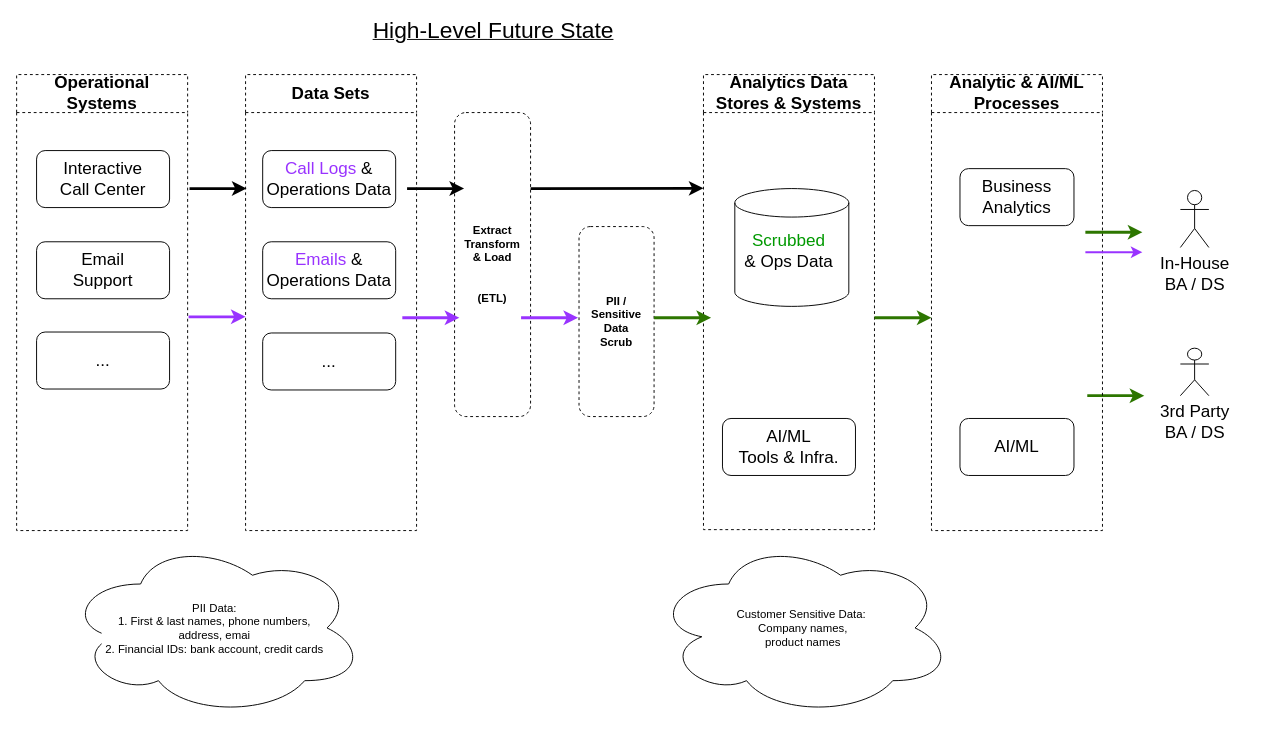
fotoby/ab3 keeps this draw.io diagram as page "Future State" (4 of 6) of AB2 - 2022-12-04-v1.drawio. Above is the earlier version. Source tidied: cells renumbered, new cells numbered last; positions are measured from the earlier drawing's top-left corner, leaving out a move shared by most shapes. Both pictures are drawn from the tidied source at 95%, with x=0, y=0 at pixel (16, 16).
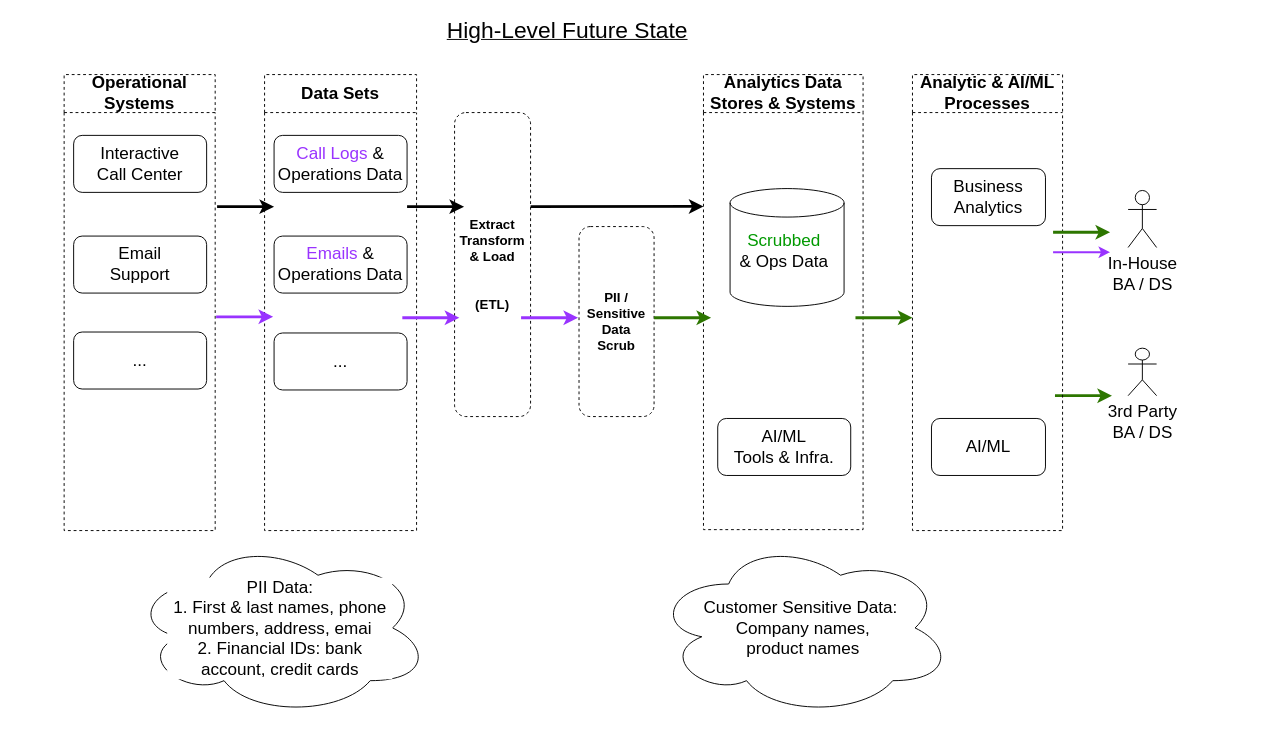
The same diagram, later.

Unchanged cells that the change refers to:
```xml
<mxCell id="2" style="group;" parent="1" vertex="1">
  <mxGeometry x="1176" y="333" width="126" height="126" as="geometry" />
</mxCell>
<mxCell id="8" style="group;" parent="6" vertex="1">
  <mxGeometry x="20" y="120" width="140" height="124" as="geometry" />
</mxCell>
<mxCell id="30" style="group;" parent="1" vertex="1">
  <mxGeometry x="1176" y="173" width="126" height="126" as="geometry" />
</mxCell>
```

Diff of the diagram source:
```diff
@@
     <mxCell id="3" value="3rd Party&lt;br&gt;BA / DS" style="shape=umlActor;verticalLabelPosition=bottom;verticalAlign=top;html=1;shadow=0;fontSize=18;" parent="2" vertex="1">
-      <mxGeometry x="49" y="16" width="30" height="50" as="geometry" />
+      <mxGeometry x="-6" y="16" width="30" height="50" as="geometry" />
     </mxCell>
     <mxCell id="4" style="endArrow=classic;html=1;rounded=0;fontSize=18;fontColor=#000000;entryX=0;entryY=0.5;entryDx=0;entryDy=0;strokeColor=#2D7600;strokeWidth=3;fillColor=#60a917;endFill=1;" parent="1" edge="1">
       <mxGeometry relative="1" as="geometry">
-        <mxPoint x="1127" y="399" as="sourcePoint" />
-        <mxPoint x="1187" y="399" as="targetPoint" />
+        <mxPoint x="1093" y="399" as="sourcePoint" />
+        <mxPoint x="1153" y="399" as="targetPoint" />
       </mxGeometry>
     </mxCell>
-    <mxCell id="5" value="&lt;b&gt;Extract Transform&lt;br&gt;&amp;amp; Load&lt;br&gt;&lt;br&gt;&lt;br&gt;(ETL)&lt;/b&gt;" style="rounded=1;whiteSpace=wrap;html=1;fontSize=12;dashed=1;" parent="1" vertex="1">
+    <mxCell id="5" value="&lt;b style=&quot;font-size: 14px;&quot;&gt;Extract Transform&lt;br&gt;&amp;amp; Load&lt;br&gt;&lt;br&gt;&lt;br&gt;(ETL)&lt;/b&gt;" style="rounded=1;whiteSpace=wrap;html=1;fontSize=12;dashed=1;" parent="1" vertex="1">
       <mxGeometry x="461" y="101" width="80" height="320" as="geometry" />
     </mxCell>
     <mxCell id="6" value="Analytics Data Stores &amp;amp; Systems" style="swimlane;whiteSpace=wrap;html=1;shadow=0;strokeColor=default;fontSize=18;startSize=40;dashed=1;" parent="1" vertex="1">
-      <mxGeometry x="723" y="61" width="180" height="479" as="geometry" />
+      <mxGeometry x="723" y="61" width="168" height="479" as="geometry" />
     </mxCell>
     <mxCell id="7" value="AI/ML&lt;br&gt;Tools &amp;amp; Infra." style="rounded=1;whiteSpace=wrap;html=1;shadow=0;fontSize=18;" parent="6" vertex="1">
-      <mxGeometry x="20" y="362" width="140" height="60" as="geometry" />
+      <mxGeometry x="15" y="362" width="140" height="60" as="geometry" />
     </mxCell>
@@
     <mxCell id="9" style="shape=cylinder3;whiteSpace=wrap;html=1;boundedLbl=1;backgroundOutline=1;size=15;shadow=0;fontSize=18;" parent="8" vertex="1">
-      <mxGeometry x="13" width="120" height="124" as="geometry" />
+      <mxGeometry x="8" width="120" height="124" as="geometry" />
     </mxCell>
     <mxCell id="10" value="&lt;font color=&quot;#009900&quot;&gt;Scrubbed&lt;/font&gt;&lt;br&gt;&amp;amp; Ops Data" style="text;html=1;strokeColor=none;fillColor=none;align=center;verticalAlign=middle;whiteSpace=wrap;rounded=0;shadow=0;labelBorderColor=none;fontSize=18;fontColor=#000000;" parent="8" vertex="1">
-      <mxGeometry y="51" width="140" height="30" as="geometry" />
+      <mxGeometry x="-5" y="51" width="140" height="30" as="geometry" />
     </mxCell>
     <mxCell id="11" value="Analytic &amp;amp; AI/ML&lt;br&gt;Processes" style="swimlane;whiteSpace=wrap;html=1;shadow=0;strokeColor=default;fontSize=18;startSize=40;dashed=1;" parent="1" vertex="1">
-      <mxGeometry x="963" y="61" width="180" height="480" as="geometry" />
+      <mxGeometry x="943" y="61" width="158" height="480" as="geometry" />
     </mxCell>
     <mxCell id="12" value="Business Analytics" style="rounded=1;whiteSpace=wrap;html=1;shadow=0;labelBorderColor=none;fontSize=18;" parent="11" vertex="1">
-      <mxGeometry x="30" y="99" width="120" height="60" as="geometry" />
+      <mxGeometry x="20" y="99" width="120" height="60" as="geometry" />
     </mxCell>
     <mxCell id="13" value="AI/ML" style="rounded=1;whiteSpace=wrap;html=1;shadow=0;labelBorderColor=none;fontSize=18;" parent="11" vertex="1">
-      <mxGeometry x="30" y="362" width="120" height="60" as="geometry" />
+      <mxGeometry x="20" y="362" width="120" height="60" as="geometry" />
     </mxCell>
     <mxCell id="14" value="&lt;u&gt;&lt;span style=&quot;font-size: x-large;&quot;&gt;High-Level&amp;nbsp;&lt;/span&gt;&lt;font size=&quot;5&quot;&gt;Future State&lt;/font&gt;&lt;/u&gt;" style="text;html=1;strokeColor=none;fillColor=none;align=center;verticalAlign=middle;whiteSpace=wrap;rounded=0;fontSize=16;" parent="1" vertex="1">
-      <mxGeometry x="242" width="520" height="30" as="geometry" />
+      <mxGeometry x="320" width="520" height="30" as="geometry" />
     </mxCell>
-    <mxCell id="15" value="&lt;b&gt;PII /&lt;br&gt;Sensitive&lt;br&gt;Data&lt;br&gt;Scrub&lt;/b&gt;" style="rounded=1;whiteSpace=wrap;html=1;fontSize=12;dashed=1;" parent="1" vertex="1">
+    <mxCell id="15" value="&lt;b style=&quot;font-size: 14px;&quot;&gt;PII /&lt;br&gt;Sensitive&lt;br&gt;Data&lt;br&gt;Scrub&lt;/b&gt;" style="rounded=1;whiteSpace=wrap;html=1;fontSize=12;dashed=1;" parent="1" vertex="1">
       <mxGeometry x="592" y="221" width="79" height="200" as="geometry" />
     </mxCell>
@@
     <mxCell id="17" style="endArrow=classic;html=1;rounded=0;fontSize=18;fontColor=#000000;entryX=0;entryY=0.5;entryDx=0;entryDy=0;strokeColor=#2D7600;strokeWidth=3;fillColor=#60a917;" parent="1" edge="1">
       <mxGeometry relative="1" as="geometry">
-        <mxPoint x="903" y="317" as="sourcePoint" />
-        <mxPoint x="963" y="317" as="targetPoint" />
+        <mxPoint x="883" y="317" as="sourcePoint" />
+        <mxPoint x="943" y="317" as="targetPoint" />
       </mxGeometry>
     </mxCell>
     <mxCell id="18" value="Operational Systems" style="swimlane;whiteSpace=wrap;html=1;shadow=0;strokeColor=default;fontSize=18;startSize=40;dashed=1;" parent="1" vertex="1">
-      <mxGeometry y="61" width="180" height="480" as="geometry" />
+      <mxGeometry x="50" y="61" width="159" height="480" as="geometry" />
     </mxCell>
     <mxCell id="19" value="Interactive&lt;br&gt;Call Center" style="rounded=1;whiteSpace=wrap;html=1;shadow=0;strokeColor=default;fontSize=18;" parent="18" vertex="1">
-      <mxGeometry x="21" y="80" width="140" height="60" as="geometry" />
+      <mxGeometry x="10" y="64" width="140" height="60" as="geometry" />
     </mxCell>
     <mxCell id="20" value="Email &lt;br&gt;Support" style="rounded=1;whiteSpace=wrap;html=1;shadow=0;strokeColor=default;fontSize=18;" parent="18" vertex="1">
-      <mxGeometry x="21" y="176" width="140" height="60" as="geometry" />
+      <mxGeometry x="10" y="170" width="140" height="60" as="geometry" />
     </mxCell>
     <mxCell id="21" value="..." style="rounded=1;whiteSpace=wrap;html=1;shadow=0;strokeColor=default;fontSize=18;" parent="18" vertex="1">
-      <mxGeometry x="21" y="271" width="140" height="60" as="geometry" />
+      <mxGeometry x="10" y="271" width="140" height="60" as="geometry" />
     </mxCell>
     <mxCell id="22" value="Data Sets" style="swimlane;whiteSpace=wrap;html=1;shadow=0;strokeColor=default;fontSize=18;startSize=40;dashed=1;" parent="1" vertex="1">
-      <mxGeometry x="241" y="61" width="180" height="480" as="geometry" />
+      <mxGeometry x="261" y="61" width="160" height="480" as="geometry" />
     </mxCell>
     <mxCell id="23" value="&lt;font color=&quot;#9933ff&quot;&gt;Call Logs&lt;/font&gt; &amp;amp; Operations Data" style="rounded=1;whiteSpace=wrap;html=1;shadow=0;strokeColor=default;fontSize=18;" parent="22" vertex="1">
-      <mxGeometry x="18" y="80" width="140" height="60" as="geometry" />
+      <mxGeometry x="10" y="64" width="140" height="60" as="geometry" />
     </mxCell>
     <mxCell id="24" value="&lt;font color=&quot;#9933ff&quot;&gt;Emails&lt;/font&gt; &amp;amp; Operations Data" style="rounded=1;whiteSpace=wrap;html=1;shadow=0;strokeColor=default;fontSize=18;" parent="22" vertex="1">
-      <mxGeometry x="18" y="176" width="140" height="60" as="geometry" />
+      <mxGeometry x="10" y="170" width="140" height="60" as="geometry" />
     </mxCell>
     <mxCell id="25" value="..." style="rounded=1;whiteSpace=wrap;html=1;shadow=0;strokeColor=default;fontSize=18;" parent="22" vertex="1">
-      <mxGeometry x="18" y="272" width="140" height="60" as="geometry" />
+      <mxGeometry x="10" y="272" width="140" height="60" as="geometry" />
     </mxCell>
     <mxCell id="26" style="endArrow=classic;html=1;rounded=0;fontSize=18;fontColor=#000000;entryX=0;entryY=0.5;entryDx=0;entryDy=0;strokeColor=#9933FF;strokeWidth=3;fillColor=#60a917;" parent="1" edge="1">
       <mxGeometry relative="1" as="geometry">
-        <mxPoint x="181" y="316" as="sourcePoint" />
-        <mxPoint x="241" y="316" as="targetPoint" />
+        <mxPoint x="210" y="316" as="sourcePoint" />
+        <mxPoint x="270" y="316" as="targetPoint" />
       </mxGeometry>
     </mxCell>
@@
-    <mxCell id="28" value="PII Data: &lt;br&gt;1. First &amp;amp; last names, phone numbers, address, emai&lt;br&gt;2. Financial IDs: bank account, credit cards" style="ellipse;shape=cloud;whiteSpace=wrap;html=1;labelBackgroundColor=#FFFFFF;strokeColor=#000000;fontSize=12;fontColor=#000000;fillColor=none;spacingLeft=37;spacingRight=38;" parent="1" vertex="1">
-      <mxGeometry x="52" y="551" width="314" height="185" as="geometry" />
+    <mxCell id="28" value="PII Data: &lt;br style=&quot;font-size: 18px;&quot;&gt;1. First &amp;amp; last names, phone numbers, address, emai&lt;br style=&quot;font-size: 18px;&quot;&gt;2. Financial IDs: bank account, credit cards" style="ellipse;shape=cloud;whiteSpace=wrap;html=1;labelBackgroundColor=#FFFFFF;strokeColor=#000000;fontSize=18;fontColor=#000000;fillColor=none;spacingLeft=37;spacingRight=38;" parent="1" vertex="1">
+      <mxGeometry x="121" y="551" width="314" height="185" as="geometry" />
     </mxCell>
-    <mxCell id="29" value="Customer Sensitive Data:&amp;nbsp;&lt;br&gt;Company names,&lt;br&gt;product names" style="ellipse;shape=cloud;whiteSpace=wrap;html=1;labelBackgroundColor=#FFFFFF;strokeColor=#000000;fontSize=12;fontColor=#000000;fillColor=none;" parent="1" vertex="1">
+    <mxCell id="29" value="Customer Sensitive Data:&amp;nbsp;&lt;br style=&quot;font-size: 18px;&quot;&gt;Company names,&lt;br style=&quot;font-size: 18px;&quot;&gt;product names" style="ellipse;shape=cloud;whiteSpace=wrap;html=1;labelBackgroundColor=#FFFFFF;strokeColor=#000000;fontSize=18;fontColor=#000000;fillColor=none;" parent="1" vertex="1">
       <mxGeometry x="671" y="551" width="314" height="185" as="geometry" />
     </mxCell>
@@
     <mxCell id="31" value="In-House &lt;br&gt;BA / DS" style="shape=umlActor;verticalLabelPosition=bottom;verticalAlign=top;html=1;shadow=0;fontSize=18;" parent="30" vertex="1">
-      <mxGeometry x="49" y="10" width="30" height="60" as="geometry" />
+      <mxGeometry x="-6" y="10" width="30" height="60" as="geometry" />
     </mxCell>
     <mxCell id="32" style="endArrow=classic;html=1;rounded=0;fontSize=18;fontColor=#000000;entryX=0;entryY=0.5;entryDx=0;entryDy=0;strokeColor=#9933FF;strokeWidth=2;" parent="1" edge="1">
       <mxGeometry relative="1" as="geometry">
-        <mxPoint x="1125" y="248" as="sourcePoint" />
-        <mxPoint x="1185" y="248" as="targetPoint" />
+        <mxPoint x="1091" y="248" as="sourcePoint" />
+        <mxPoint x="1151" y="248" as="targetPoint" />
       </mxGeometry>
     </mxCell>
     <mxCell id="33" style="endArrow=classic;html=1;rounded=0;fontSize=18;fontColor=#000000;entryX=0;entryY=0.5;entryDx=0;entryDy=0;strokeColor=#2D7600;strokeWidth=3;fillColor=#60a917;endFill=1;" parent="1" edge="1">
       <mxGeometry relative="1" as="geometry">
-        <mxPoint x="1125" y="227" as="sourcePoint" />
-        <mxPoint x="1185" y="227" as="targetPoint" />
+        <mxPoint x="1091" y="227" as="sourcePoint" />
+        <mxPoint x="1151" y="227" as="targetPoint" />
       </mxGeometry>
     </mxCell>
@@
-    <mxCell id="35" style="endArrow=classic;html=1;rounded=0;fontSize=18;fontColor=#000000;entryX=0;entryY=0.25;entryDx=0;entryDy=0;strokeColor=#000000;strokeWidth=3;fillColor=#60a917;" parent="1" edge="1" target="6">
+    <mxCell id="35" style="endArrow=classic;html=1;rounded=0;fontSize=18;fontColor=#000000;entryX=0;entryY=0.25;entryDx=0;entryDy=0;strokeColor=#000000;strokeWidth=3;fillColor=#60a917;" parent="1" edge="1">
       <mxGeometry relative="1" as="geometry">
-        <mxPoint x="541" y="181" as="sourcePoint" />
+        <mxPoint x="541" y="200" as="sourcePoint" />
+        <mxPoint x="723" y="199.8" as="targetPoint" />
       </mxGeometry>
     </mxCell>
     <mxCell id="36" style="endArrow=classic;html=1;rounded=0;fontSize=18;fontColor=#000000;entryX=0;entryY=0.5;entryDx=0;entryDy=0;strokeColor=#000000;strokeWidth=3;fillColor=#60a917;" parent="1" edge="1">
       <mxGeometry relative="1" as="geometry">
-        <mxPoint x="411" y="181" as="sourcePoint" />
-        <mxPoint x="471" y="181" as="targetPoint" />
+        <mxPoint x="411" y="200" as="sourcePoint" />
+        <mxPoint x="471" y="200" as="targetPoint" />
       </mxGeometry>
     </mxCell>
     <mxCell id="37" style="endArrow=classic;html=1;rounded=0;fontSize=18;fontColor=#000000;entryX=0;entryY=0.5;entryDx=0;entryDy=0;strokeColor=#000000;strokeWidth=3;fillColor=#60a917;" parent="1" edge="1">
       <mxGeometry relative="1" as="geometry">
-        <mxPoint x="182" y="181" as="sourcePoint" />
-        <mxPoint x="242" y="181" as="targetPoint" />
+        <mxPoint x="211" y="200" as="sourcePoint" />
+        <mxPoint x="271" y="200" as="targetPoint" />
       </mxGeometry>
     </mxCell>
```
